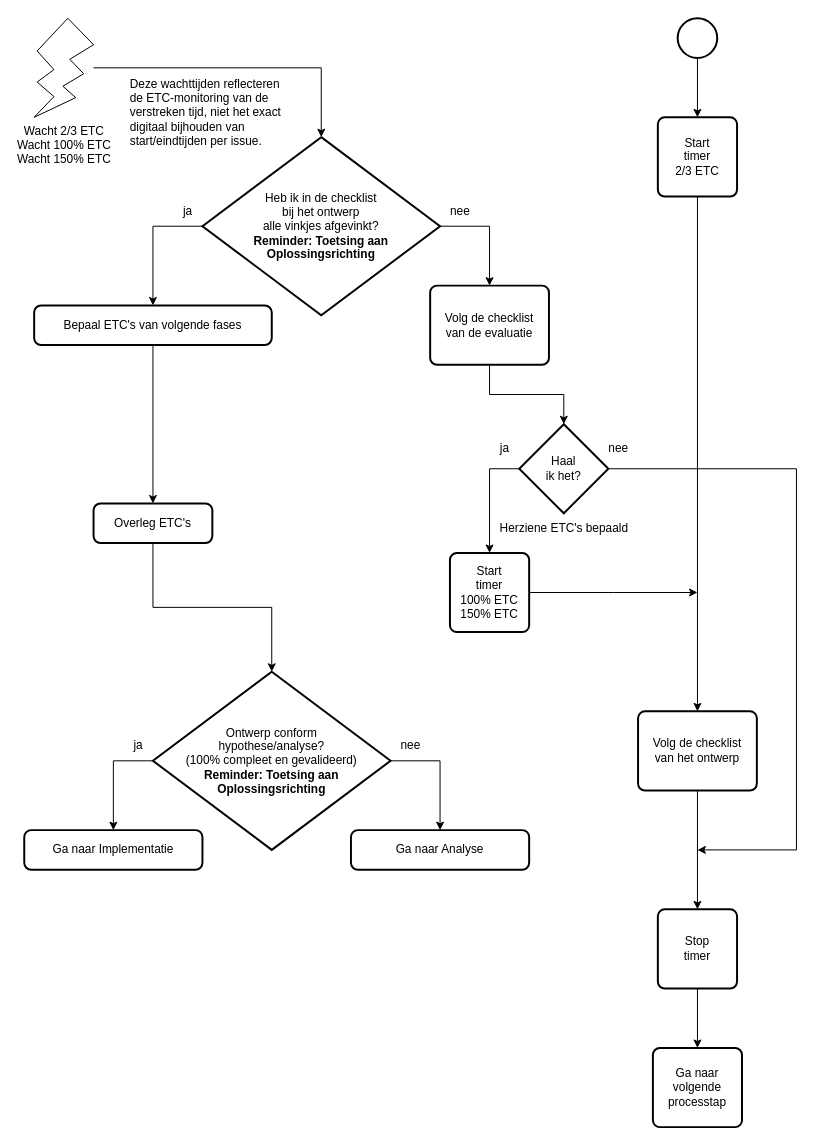
The draw.io diagram 3 Issue Tracker ontwerp.drawio in Zaibatsu89/IssueTracker, before the edit. Source tidied: cells renumbered, new cells numbered last; positions are measured from the earlier drawing's top-left corner, leaving out a move shared by most shapes. Both pictures are drawn from the tidied source at 99%, with x=0, y=0 at pixel (24, 18).
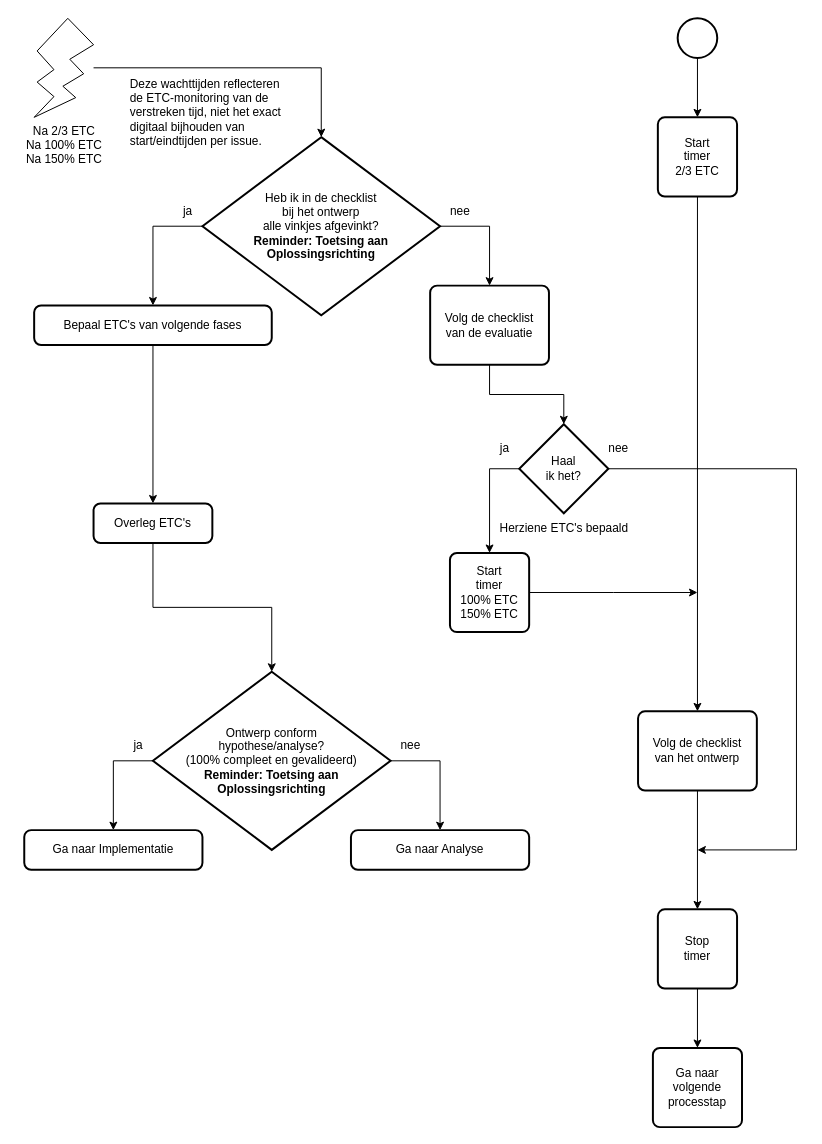
Above is the later version.

Commit message (it also covers changes not shown here):
Vervang "Wacht" door "Na" in flowcharts

Change to the diagram source:
```diff
@@
-    <mxCell id="23" value="Wacht 2/3 ETC&lt;br&gt;Wacht 100% ETC&lt;br&gt;Wacht 150% ETC" style="verticalLabelPosition=bottom;verticalAlign=top;html=1;shape=mxgraph.basic.flash;" parent="1" vertex="1">
+    <mxCell id="23" value="Na 2/3 ETC&lt;br&gt;Na 100% ETC&lt;br&gt;Na 150% ETC" style="verticalLabelPosition=bottom;verticalAlign=top;html=1;shape=mxgraph.basic.flash;" parent="1" vertex="1">
       <mxGeometry x="10" width="60" height="100" as="geometry" />
     </mxCell>
```
